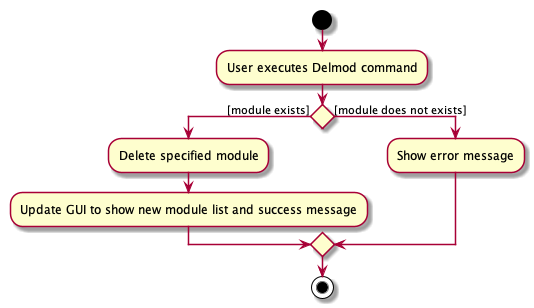
The PlantUML diagram docs/images/DelmodActivityDiagram.png in nus-cs2103-AY2021S1/tp, before a commit.
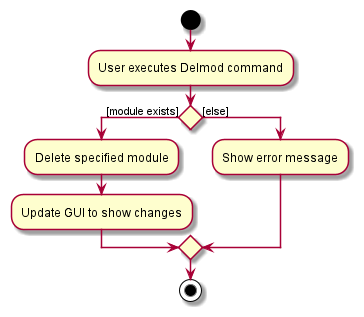
After the change.

What changed in the source:
```diff
@@ -5,8 +5,8 @@
 
 if () then ([module exists])
     :Delete specified module;
-    :Update GUI to show new module list and success message;
-else ([module does not exists])
+    :Update GUI to show changes;
+else ([else])
     :Show error message;
 endif
 stop
```
